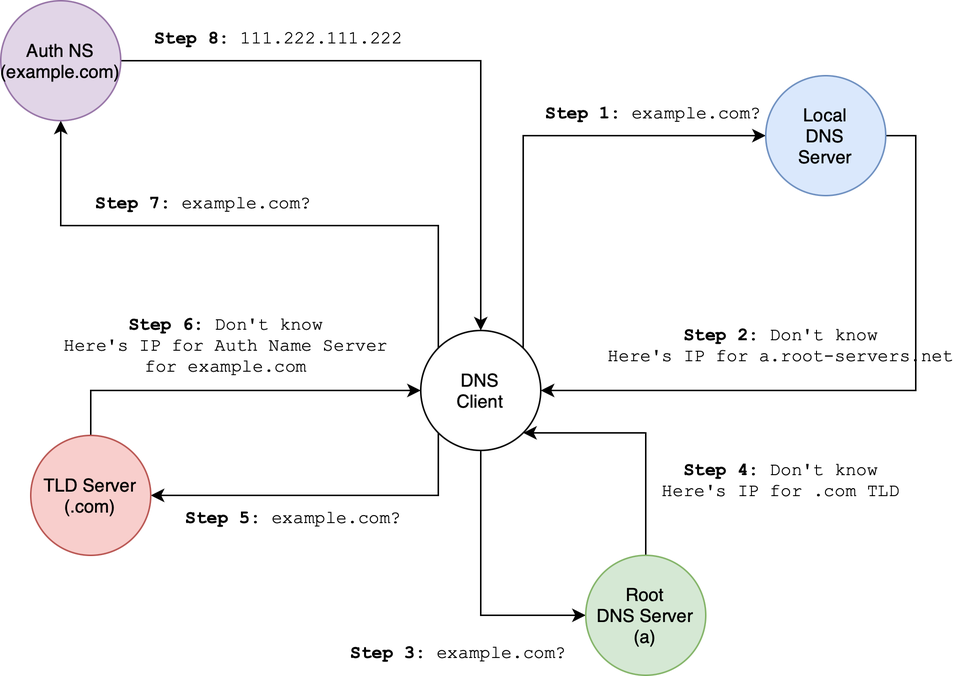
This is docs/NS/images/06-dns/cse2024-iterative-query.drawio.png from natalieagus/50005, a draw.io export, as it was before one commit. Source tidied: cells renumbered, new cells last; positions are measured from the earlier drawing's top-left corner, leaving out a move shared by most shapes. Its diagram source:
```xml
<mxGraphModel>
  <root>
    <mxCell id="0" />
    <mxCell id="1" parent="0" />
    <mxCell id="2" style="edgeStyle=orthogonalEdgeStyle;rounded=0;jettySize=auto;html=1;entryX=0;entryY=0.5;entryDx=0;entryDy=0;exitX=1;exitY=0;exitDx=0;exitDy=0;" parent="1" edge="1" source="6" target="8">
      <mxGeometry relative="1" as="geometry">
        <Array as="points">
          <mxPoint x="348" y="90" />
        </Array>
      </mxGeometry>
    </mxCell>
    <mxCell id="3" style="edgeStyle=orthogonalEdgeStyle;rounded=0;jettySize=auto;html=1;exitX=0;exitY=1;exitDx=0;exitDy=0;" parent="1" edge="1" source="6" target="16">
      <mxGeometry relative="1" as="geometry">
        <Array as="points">
          <mxPoint x="292" y="330" />
        </Array>
      </mxGeometry>
    </mxCell>
    <mxCell id="4" style="edgeStyle=orthogonalEdgeStyle;rounded=0;jettySize=auto;html=1;exitX=0.5;exitY=1;exitDx=0;exitDy=0;entryX=0;entryY=0.5;entryDx=0;entryDy=0;" parent="1" edge="1" source="6" target="12">
      <mxGeometry relative="1" as="geometry" />
    </mxCell>
    <mxCell id="5" style="edgeStyle=orthogonalEdgeStyle;rounded=0;jettySize=auto;html=1;exitX=0;exitY=0;exitDx=0;exitDy=0;" parent="1" edge="1" source="6" target="20">
      <mxGeometry relative="1" as="geometry">
        <Array as="points">
          <mxPoint x="292" y="150" />
          <mxPoint x="40" y="150" />
        </Array>
      </mxGeometry>
    </mxCell>
    <mxCell id="6" value="DNS&lt;div&gt;Client&lt;/div&gt;" style="ellipse;whiteSpace=wrap;html=1;" parent="1" vertex="1">
      <mxGeometry x="280" y="220" width="80" height="80" as="geometry" />
    </mxCell>
    <mxCell id="7" style="edgeStyle=orthogonalEdgeStyle;rounded=0;jettySize=auto;html=1;exitX=1;exitY=0.5;exitDx=0;exitDy=0;entryX=1;entryY=0.5;entryDx=0;entryDy=0;" parent="1" edge="1" source="8" target="6">
      <mxGeometry relative="1" as="geometry" />
    </mxCell>
    <mxCell id="8" value="Local&lt;div&gt;DNS&lt;/div&gt;&lt;div&gt;Server&lt;/div&gt;" style="ellipse;whiteSpace=wrap;html=1;fillColor=#dae8fc;strokeColor=#6c8ebf;" parent="1" vertex="1">
      <mxGeometry x="510" y="50" width="80" height="80" as="geometry" />
    </mxCell>
    <mxCell id="9" value="&lt;b&gt;Step 1:&lt;/b&gt; example.com?" style="text;html=1;align=center;verticalAlign=middle;strokeColor=none;fillColor=none;fontFamily=Courier New;" parent="1" vertex="1">
      <mxGeometry x="350" y="60" width="170" height="30" as="geometry" />
    </mxCell>
    <mxCell id="10" value="&lt;b&gt;Step 2: &lt;/b&gt;Don't know&lt;div&gt;Here's IP for a.root-servers.net&lt;/div&gt;" style="text;html=1;align=center;verticalAlign=middle;strokeColor=none;fillColor=none;fontFamily=Courier New;" parent="1" vertex="1">
      <mxGeometry x="395" y="210" width="250" height="40" as="geometry" />
    </mxCell>
    <mxCell id="11" style="edgeStyle=orthogonalEdgeStyle;rounded=0;jettySize=auto;html=1;entryX=1;entryY=1;entryDx=0;entryDy=0;" parent="1" edge="1" source="12" target="6">
      <mxGeometry relative="1" as="geometry">
        <Array as="points">
          <mxPoint x="430" y="288" />
        </Array>
      </mxGeometry>
    </mxCell>
    <mxCell id="12" value="Root&lt;div&gt;DNS Server&lt;/div&gt;&lt;div&gt;(a)&lt;/div&gt;" style="ellipse;whiteSpace=wrap;html=1;fillColor=#d5e8d4;strokeColor=#82b366;" parent="1" vertex="1">
      <mxGeometry x="390" y="370" width="80" height="80" as="geometry" />
    </mxCell>
    <mxCell id="13" value="&lt;b&gt;Step 3:&lt;/b&gt; example.com?" style="text;html=1;align=center;verticalAlign=middle;strokeColor=none;fillColor=none;fontFamily=Courier New;" parent="1" vertex="1">
      <mxGeometry x="220" y="420" width="170" height="30" as="geometry" />
    </mxCell>
    <mxCell id="14" value="&lt;b&gt;Step 4:&lt;/b&gt; Don't know&lt;div&gt;Here's IP for .com TLD&lt;/div&gt;" style="text;html=1;align=center;verticalAlign=middle;strokeColor=none;fillColor=none;fontFamily=Courier New;" parent="1" vertex="1">
      <mxGeometry x="430" y="300" width="180" height="40" as="geometry" />
    </mxCell>
    <mxCell id="15" style="edgeStyle=orthogonalEdgeStyle;rounded=0;jettySize=auto;html=1;entryX=0;entryY=0.5;entryDx=0;entryDy=0;" parent="1" edge="1" source="16" target="6">
      <mxGeometry relative="1" as="geometry">
        <Array as="points">
          <mxPoint x="60" y="260" />
        </Array>
      </mxGeometry>
    </mxCell>
    <mxCell id="16" value="TLD Server&lt;div&gt;(.com)&lt;/div&gt;" style="ellipse;whiteSpace=wrap;html=1;fillColor=#f8cecc;strokeColor=#b85450;" parent="1" vertex="1">
      <mxGeometry x="20" y="290" width="80" height="80" as="geometry" />
    </mxCell>
    <mxCell id="17" value="&lt;b&gt;Step 5:&lt;/b&gt; example.com?" style="text;html=1;align=center;verticalAlign=middle;strokeColor=none;fillColor=none;fontFamily=Courier New;" parent="1" vertex="1">
      <mxGeometry x="110" y="330" width="170" height="30" as="geometry" />
    </mxCell>
    <mxCell id="18" value="&lt;b&gt;Step 6: &lt;/b&gt;Don't know&lt;div&gt;Here's IP for Auth Name Server&lt;/div&gt;&lt;div&gt;for example.com&lt;/div&gt;" style="text;html=1;align=center;verticalAlign=middle;strokeColor=none;fillColor=none;fontFamily=Courier New;" parent="1" vertex="1">
      <mxGeometry x="30" y="200" width="240" height="60" as="geometry" />
    </mxCell>
    <mxCell id="19" style="edgeStyle=orthogonalEdgeStyle;rounded=0;jettySize=auto;html=1;entryX=0.5;entryY=0;entryDx=0;entryDy=0;" parent="1" edge="1" source="20" target="6">
      <mxGeometry relative="1" as="geometry" />
    </mxCell>
    <mxCell id="20" value="Auth NS&lt;div&gt;(example.com)&lt;/div&gt;" style="ellipse;whiteSpace=wrap;html=1;fillColor=#e1d5e7;strokeColor=#9673a6;" parent="1" vertex="1">
      <mxGeometry width="80" height="80" as="geometry" />
    </mxCell>
    <mxCell id="21" value="&lt;b&gt;Step 7:&lt;/b&gt; example.com?" style="text;html=1;align=center;verticalAlign=middle;strokeColor=none;fillColor=none;fontFamily=Courier New;" parent="1" vertex="1">
      <mxGeometry x="50" y="120" width="170" height="30" as="geometry" />
    </mxCell>
    <mxCell id="22" value="&lt;b&gt;Step 8:&lt;/b&gt;&amp;nbsp;111.222.111.222" style="text;html=1;align=center;verticalAlign=middle;strokeColor=none;fillColor=none;fontFamily=Courier New;" parent="1" vertex="1">
      <mxGeometry x="90" y="10" width="190" height="30" as="geometry" />
    </mxCell>
  </root>
</mxGraphModel>
```
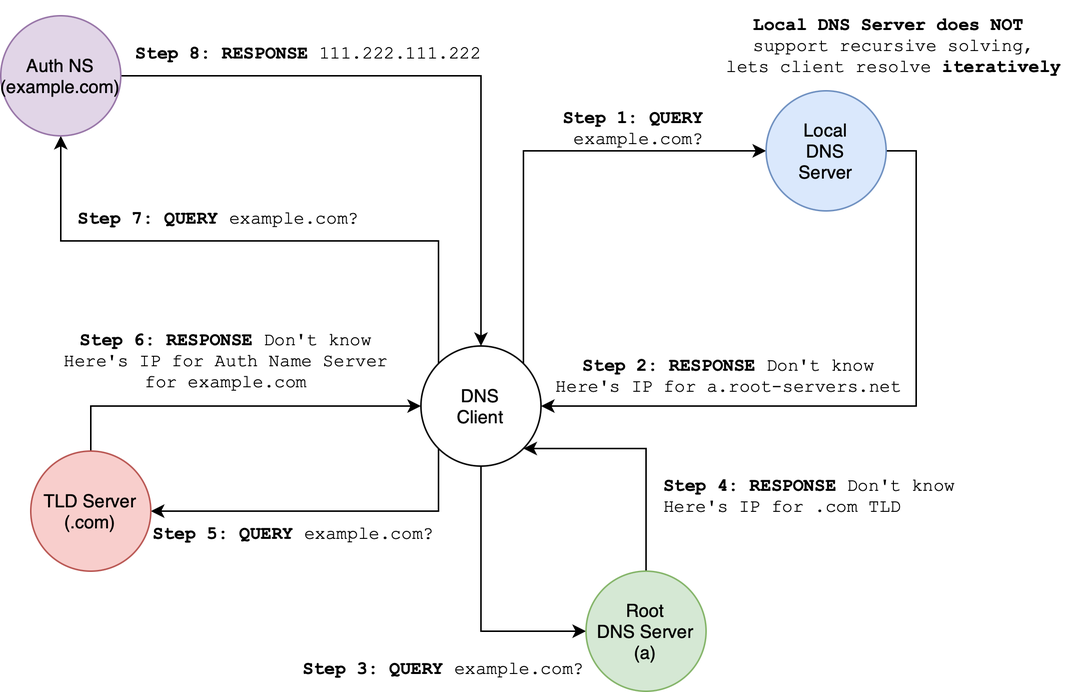
After the commit.

Commit message:
feat: add nuances about recursive query

Diff of the diagram source:
```diff
@@ -36,11 +36,11 @@
     <mxCell id="8" value="Local&lt;div&gt;DNS&lt;/div&gt;&lt;div&gt;Server&lt;/div&gt;" style="ellipse;whiteSpace=wrap;html=1;fillColor=#dae8fc;strokeColor=#6c8ebf;" parent="1" vertex="1">
       <mxGeometry x="510" y="50" width="80" height="80" as="geometry" />
     </mxCell>
-    <mxCell id="9" value="&lt;b&gt;Step 1:&lt;/b&gt; example.com?" style="text;html=1;align=center;verticalAlign=middle;strokeColor=none;fillColor=none;fontFamily=Courier New;" parent="1" vertex="1">
-      <mxGeometry x="350" y="60" width="170" height="30" as="geometry" />
+    <mxCell id="9" value="&lt;b&gt;Step 1:&lt;/b&gt;&amp;nbsp;&lt;b&gt;QUERY&lt;/b&gt;&amp;nbsp;&lt;div&gt;example.com?&lt;/div&gt;" style="text;html=1;align=center;verticalAlign=middle;strokeColor=none;fillColor=none;fontFamily=Courier New;" parent="1" vertex="1">
+      <mxGeometry x="365" y="55" width="120" height="40" as="geometry" />
     </mxCell>
-    <mxCell id="10" value="&lt;b&gt;Step 2: &lt;/b&gt;Don't know&lt;div&gt;Here's IP for a.root-servers.net&lt;/div&gt;" style="text;html=1;align=center;verticalAlign=middle;strokeColor=none;fillColor=none;fontFamily=Courier New;" parent="1" vertex="1">
-      <mxGeometry x="395" y="210" width="250" height="40" as="geometry" />
+    <mxCell id="10" value="&lt;b&gt;Step 2: RESPONSE&amp;nbsp;&lt;/b&gt;Don't know&lt;div&gt;Here's IP for a.root-servers.net&lt;/div&gt;" style="text;html=1;align=center;verticalAlign=middle;strokeColor=none;fillColor=none;fontFamily=Courier New;" parent="1" vertex="1">
+      <mxGeometry x="360" y="220" width="250" height="40" as="geometry" />
     </mxCell>
     <mxCell id="11" style="edgeStyle=orthogonalEdgeStyle;rounded=0;jettySize=auto;html=1;entryX=1;entryY=1;entryDx=0;entryDy=0;" parent="1" edge="1" source="12" target="6">
       <mxGeometry relative="1" as="geometry">
@@ -52,11 +52,11 @@
     <mxCell id="12" value="Root&lt;div&gt;DNS Server&lt;/div&gt;&lt;div&gt;(a)&lt;/div&gt;" style="ellipse;whiteSpace=wrap;html=1;fillColor=#d5e8d4;strokeColor=#82b366;" parent="1" vertex="1">
       <mxGeometry x="390" y="370" width="80" height="80" as="geometry" />
     </mxCell>
-    <mxCell id="13" value="&lt;b&gt;Step 3:&lt;/b&gt; example.com?" style="text;html=1;align=center;verticalAlign=middle;strokeColor=none;fillColor=none;fontFamily=Courier New;" parent="1" vertex="1">
-      <mxGeometry x="220" y="420" width="170" height="30" as="geometry" />
+    <mxCell id="13" value="&lt;b&gt;Step 3:&lt;/b&gt;&amp;nbsp;&lt;b&gt;QUERY&lt;/b&gt; example.com?" style="text;html=1;align=center;verticalAlign=middle;strokeColor=none;fillColor=none;fontFamily=Courier New;" parent="1" vertex="1">
+      <mxGeometry x="190" y="420" width="210" height="30" as="geometry" />
     </mxCell>
-    <mxCell id="14" value="&lt;b&gt;Step 4:&lt;/b&gt; Don't know&lt;div&gt;Here's IP for .com TLD&lt;/div&gt;" style="text;html=1;align=center;verticalAlign=middle;strokeColor=none;fillColor=none;fontFamily=Courier New;" parent="1" vertex="1">
-      <mxGeometry x="430" y="300" width="180" height="40" as="geometry" />
+    <mxCell id="14" value="&lt;b&gt;Step 4:&lt;/b&gt;&amp;nbsp;&lt;b&gt;RESPONSE&lt;/b&gt; Don't know&lt;div&gt;Here's IP for .com TLD&lt;/div&gt;" style="text;html=1;align=left;verticalAlign=middle;strokeColor=none;fillColor=none;fontFamily=Courier New;" parent="1" vertex="1">
+      <mxGeometry x="440" y="300" width="220" height="40" as="geometry" />
     </mxCell>
     <mxCell id="15" style="edgeStyle=orthogonalEdgeStyle;rounded=0;jettySize=auto;html=1;entryX=0;entryY=0.5;entryDx=0;entryDy=0;" parent="1" edge="1" source="16" target="6">
       <mxGeometry relative="1" as="geometry">
@@ -68,10 +68,10 @@
     <mxCell id="16" value="TLD Server&lt;div&gt;(.com)&lt;/div&gt;" style="ellipse;whiteSpace=wrap;html=1;fillColor=#f8cecc;strokeColor=#b85450;" parent="1" vertex="1">
       <mxGeometry x="20" y="290" width="80" height="80" as="geometry" />
     </mxCell>
-    <mxCell id="17" value="&lt;b&gt;Step 5:&lt;/b&gt; example.com?" style="text;html=1;align=center;verticalAlign=middle;strokeColor=none;fillColor=none;fontFamily=Courier New;" parent="1" vertex="1">
-      <mxGeometry x="110" y="330" width="170" height="30" as="geometry" />
+    <mxCell id="17" value="&lt;b&gt;Step 5: QUERY&lt;/b&gt;&amp;nbsp;example.com?" style="text;html=1;align=center;verticalAlign=middle;strokeColor=none;fillColor=none;fontFamily=Courier New;" parent="1" vertex="1">
+      <mxGeometry x="90" y="330" width="210" height="30" as="geometry" />
     </mxCell>
-    <mxCell id="18" value="&lt;b&gt;Step 6: &lt;/b&gt;Don't know&lt;div&gt;Here's IP for Auth Name Server&lt;/div&gt;&lt;div&gt;for example.com&lt;/div&gt;" style="text;html=1;align=center;verticalAlign=middle;strokeColor=none;fillColor=none;fontFamily=Courier New;" parent="1" vertex="1">
+    <mxCell id="18" value="&lt;b&gt;Step 6: RESPONSE&amp;nbsp;&lt;/b&gt;Don't know&lt;div&gt;Here's IP for Auth Name Server&lt;/div&gt;&lt;div&gt;for example.com&lt;/div&gt;" style="text;html=1;align=center;verticalAlign=middle;strokeColor=none;fillColor=none;fontFamily=Courier New;" parent="1" vertex="1">
       <mxGeometry x="30" y="200" width="240" height="60" as="geometry" />
     </mxCell>
     <mxCell id="19" style="edgeStyle=orthogonalEdgeStyle;rounded=0;jettySize=auto;html=1;entryX=0.5;entryY=0;entryDx=0;entryDy=0;" parent="1" edge="1" source="20" target="6">
@@ -80,11 +80,14 @@
     <mxCell id="20" value="Auth NS&lt;div&gt;(example.com)&lt;/div&gt;" style="ellipse;whiteSpace=wrap;html=1;fillColor=#e1d5e7;strokeColor=#9673a6;" parent="1" vertex="1">
       <mxGeometry width="80" height="80" as="geometry" />
     </mxCell>
-    <mxCell id="21" value="&lt;b&gt;Step 7:&lt;/b&gt; example.com?" style="text;html=1;align=center;verticalAlign=middle;strokeColor=none;fillColor=none;fontFamily=Courier New;" parent="1" vertex="1">
-      <mxGeometry x="50" y="120" width="170" height="30" as="geometry" />
+    <mxCell id="21" value="&lt;b&gt;Step 7: QUERY&lt;/b&gt; example.com?" style="text;html=1;align=center;verticalAlign=middle;strokeColor=none;fillColor=none;fontFamily=Courier New;" parent="1" vertex="1">
+      <mxGeometry x="40" y="120" width="210" height="30" as="geometry" />
     </mxCell>
-    <mxCell id="22" value="&lt;b&gt;Step 8:&lt;/b&gt;&amp;nbsp;111.222.111.222" style="text;html=1;align=center;verticalAlign=middle;strokeColor=none;fillColor=none;fontFamily=Courier New;" parent="1" vertex="1">
-      <mxGeometry x="90" y="10" width="190" height="30" as="geometry" />
+    <mxCell id="22" value="&lt;b&gt;Step 8: RESPONSE&lt;/b&gt;&amp;nbsp;111.222.111.222" style="text;html=1;align=center;verticalAlign=middle;strokeColor=none;fillColor=none;fontFamily=Courier New;" parent="1" vertex="1">
+      <mxGeometry x="80" y="10" width="250" height="30" as="geometry" />
     </mxCell>
+    <mxCell id="23" value="&lt;b&gt;Local DNS Server does NOT&amp;nbsp;&lt;/b&gt;&lt;div&gt;support recursive solving,&lt;/div&gt;&lt;div&gt;lets client resolve &lt;b&gt;iteratively&lt;/b&gt;&lt;/div&gt;" style="text;html=1;align=center;verticalAlign=middle;strokeColor=none;fillColor=none;fontFamily=Courier New;" parent="1" vertex="1">
+      <mxGeometry x="470" y="-10" width="250" height="60" as="geometry" />
+    </mxCell>
   </root>
 </mxGraphModel>
```
